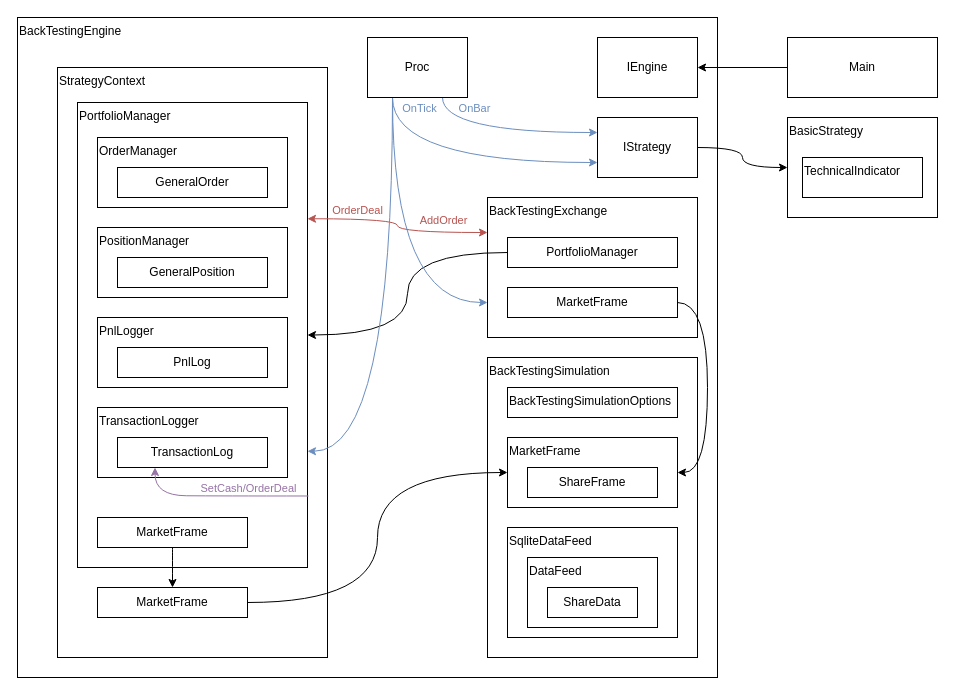
Above: CarrotBacktesting.Net/CarrotBacktesting.Net.Diagram.drawio in CRThu/CarrotQuant.Net (draw.io), before the change. Source tidied: cells renumbered, new cells numbered last; positions are measured from the earlier drawing's top-left corner, leaving out a move shared by most shapes. Both pictures are drawn from the tidied source at 100%, with x=0, y=0 at pixel (17, 17).
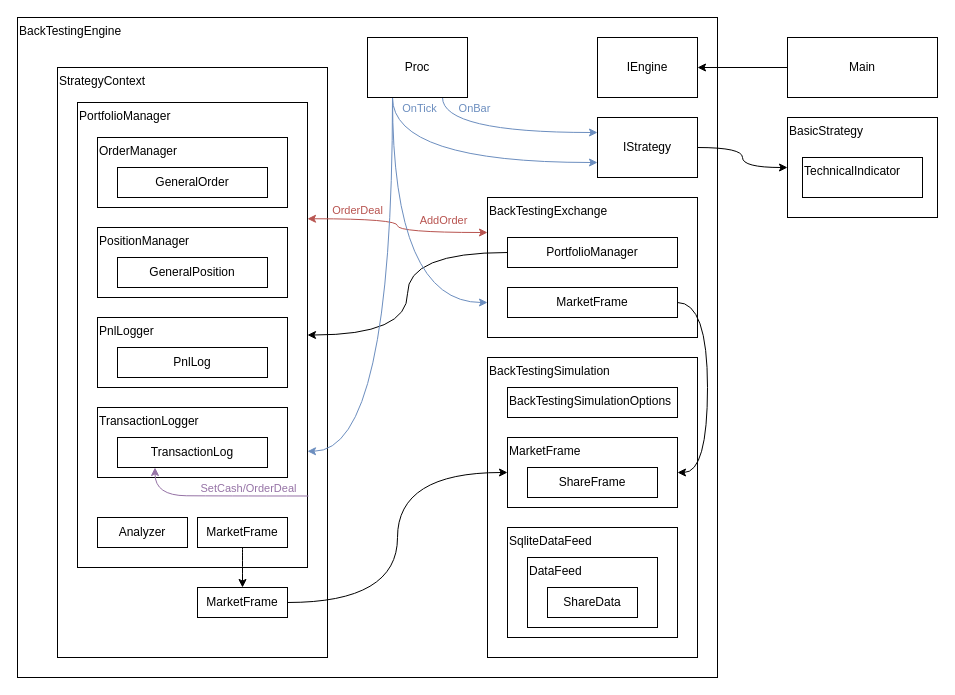
After the change.

Commit message (it also covers changes not shown here):
回测框架结构框图更新

Change to the diagram source:
```diff
@@
     <mxCell id="15" value="MarketFrame" style="rounded=0;whiteSpace=wrap;html=1;fillColor=none;align=center;verticalAlign=middle;" parent="1" vertex="1">
-      <mxGeometry x="80" y="570" width="150" height="30" as="geometry" />
+      <mxGeometry x="180" y="570" width="90" height="30" as="geometry" />
     </mxCell>
@@
     <mxCell id="17" value="MarketFrame" style="rounded=0;whiteSpace=wrap;html=1;fillColor=none;align=center;verticalAlign=middle;" parent="1" vertex="1">
-      <mxGeometry x="80" y="500" width="150" height="30" as="geometry" />
+      <mxGeometry x="180" y="500" width="90" height="30" as="geometry" />
     </mxCell>
@@
+    <mxCell id="48" value="Analyzer" style="rounded=0;whiteSpace=wrap;html=1;fillColor=none;align=center;verticalAlign=middle;" parent="1" vertex="1">
+      <mxGeometry x="80" y="500" width="90" height="30" as="geometry" />
+    </mxCell>
```
